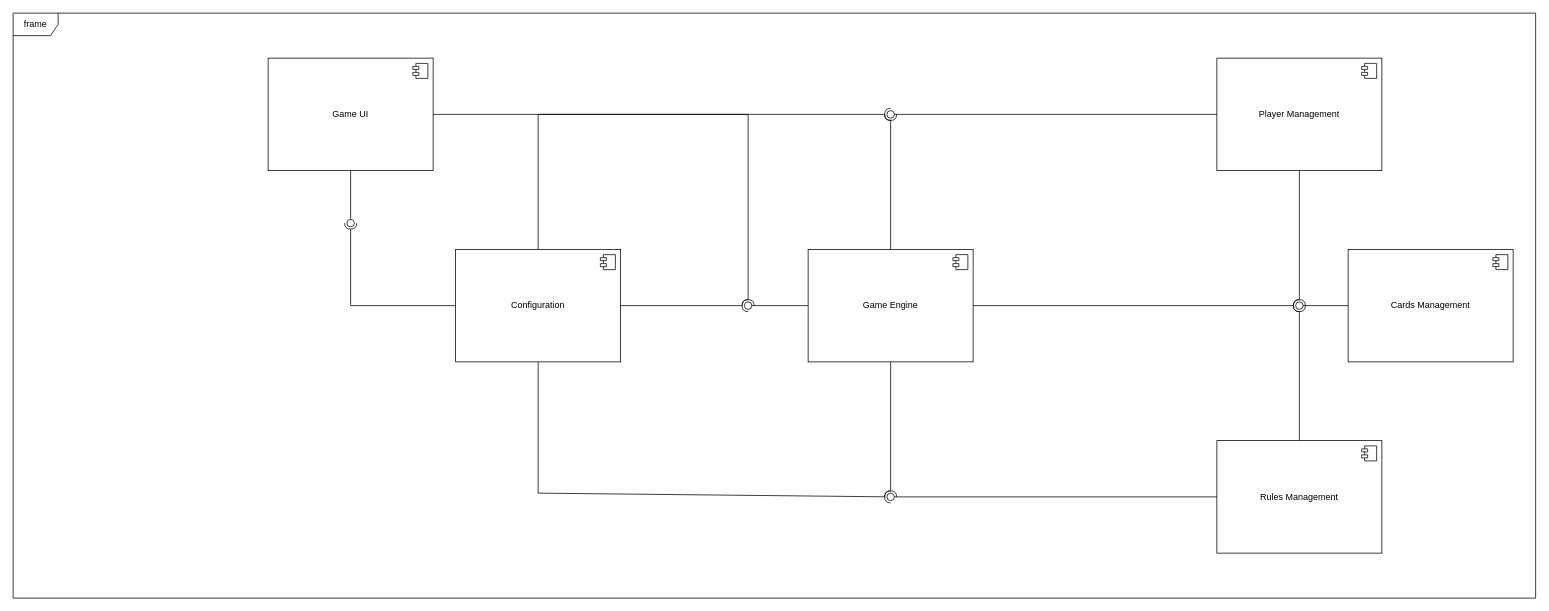
Before: Component.drawio in georgeslight/mau-mau, a draw.io diagram. Source tidied: cells renumbered, new cells numbered last; positions are measured from the earlier drawing's top-left corner, leaving out a move shared by most shapes. Both pictures are drawn from the tidied source at 75%, with x=0, y=0 at pixel (13, 13).
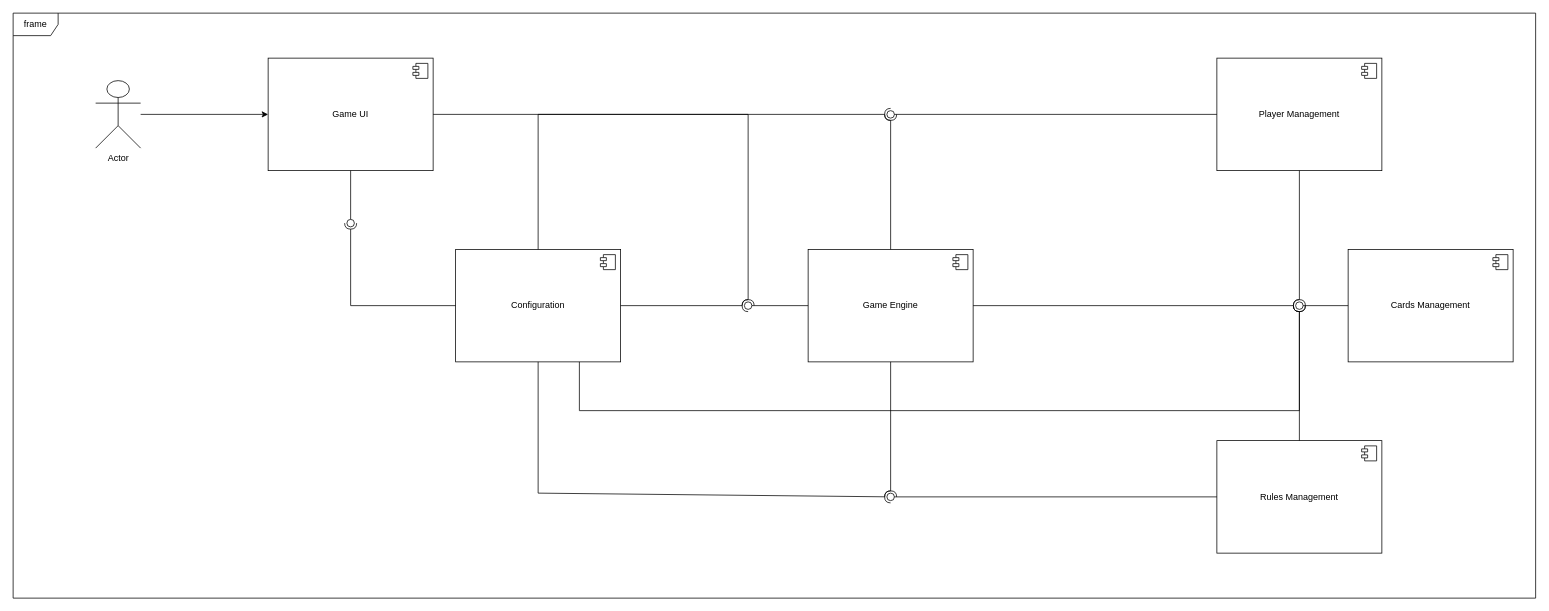
The same diagram, later.

The change refers to these unchanged cells:
```xml
<mxCell id="22" style="ellipse;whiteSpace=wrap;html=1;align=center;fillColor=none;strokeColor=none;perimeter=centerPerimeter;points=[];outlineConnect=1;" parent="1" vertex="1">
  <mxGeometry x="1710" y="385" width="10" height="10" as="geometry" />
</mxCell>
<mxCell id="26" value="Game UI" style="html=1;whiteSpace=wrap;" parent="1" vertex="1">
  <mxGeometry x="340" y="60" width="220" height="150" as="geometry" />
</mxCell>
<mxCell id="28" value="Configuration" style="html=1;whiteSpace=wrap;" parent="1" vertex="1">
  <mxGeometry x="590" y="315" width="220" height="150" as="geometry" />
</mxCell>
```

The edit, as a diff of the source:
```diff
@@
+    <mxCell id="36" style="edgeStyle=orthogonalEdgeStyle;rounded=0;jettySize=auto;html=1;" parent="1" edge="1" source="37" target="26">
+      <mxGeometry relative="1" as="geometry" />
+    </mxCell>
+    <mxCell id="37" value="Actor" style="shape=umlActor;verticalLabelPosition=bottom;verticalAlign=top;html=1;outlineConnect=0;" parent="1" vertex="1">
+      <mxGeometry x="110" y="90" width="60" height="90" as="geometry" />
+    </mxCell>
+    <mxCell id="38" style="rounded=0;jettySize=auto;html=1;endArrow=halfCircle;endFill=0;endSize=6;strokeWidth=1;sketch=0;exitX=0.75;exitY=1;exitDx=0;exitDy=0;entryX=0.88;entryY=1.34;entryDx=0;entryDy=0;entryPerimeter=0;" parent="1" edge="1" source="28" target="22">
+      <mxGeometry relative="1" as="geometry">
+        <Array as="points">
+          <mxPoint x="755" y="530" />
+          <mxPoint x="1715" y="530" />
+        </Array>
+      </mxGeometry>
+    </mxCell>
```
